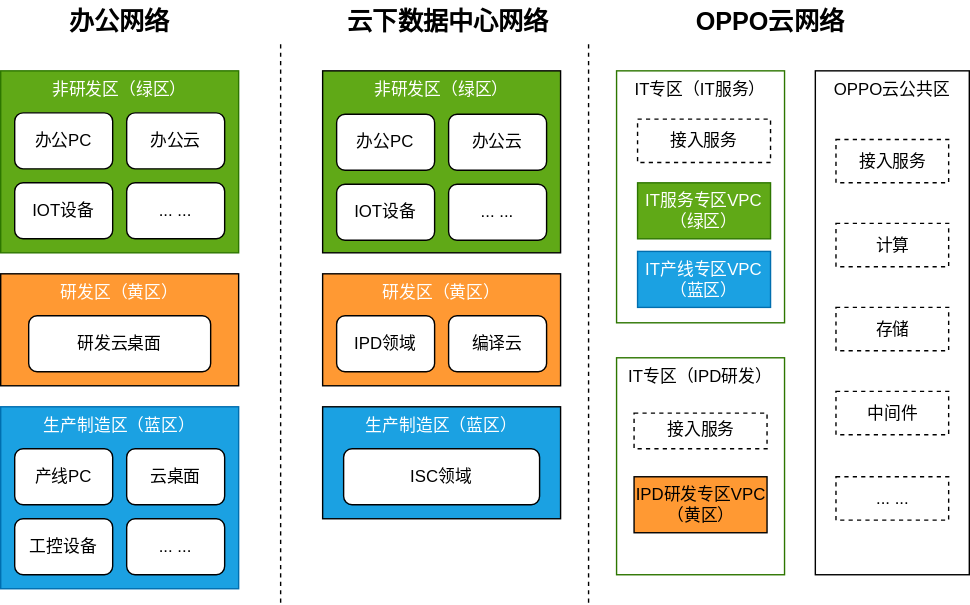
The draw.io diagram 攻击路径.drawio.svg in heyaff/Xmind, before a commit. Source tidied: cells renumbered, new cells last; positions are measured from the earlier drawing's top-left corner, leaving out a move shared by most shapes.
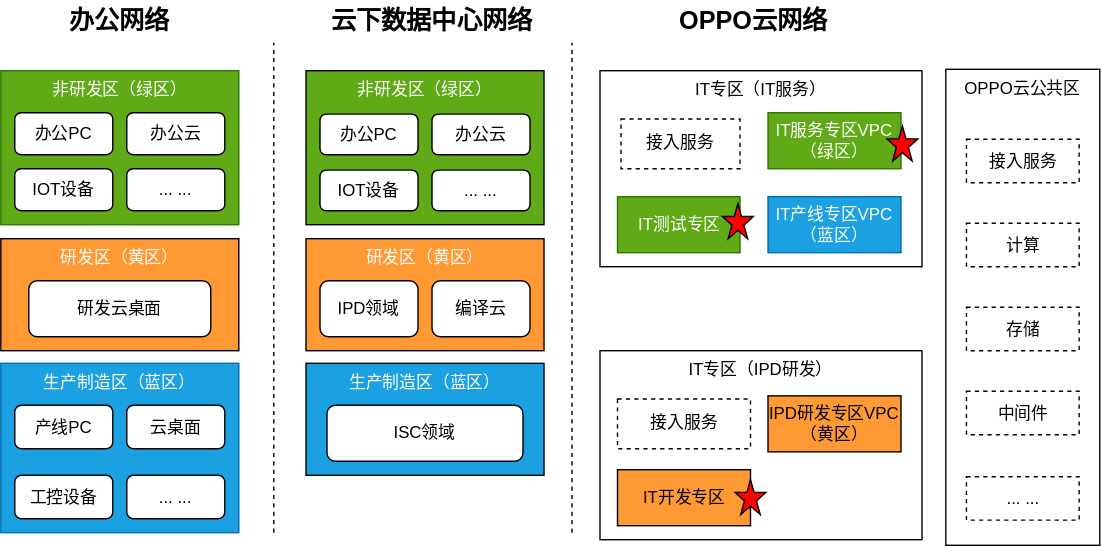
After the commit.

Commit message:
更新攻击路径.drawio.svg

The edit, as a diff of the source:
```diff
@@ -3,100 +3,100 @@
     <mxCell id="0" />
     <mxCell id="1" parent="0" />
     <mxCell id="2" value="&lt;font&gt;非研发区（绿区）&lt;/font&gt;" style="rounded=0;whiteSpace=wrap;html=1;strokeColor=#2D7600;horizontal=1;verticalAlign=top;fontColor=#ffffff;fillColor=#60a917;" parent="1" vertex="1">
-      <mxGeometry y="50" width="170" height="130" as="geometry" />
+      <mxGeometry x="12" y="50" width="170" height="110" as="geometry" />
     </mxCell>
     <mxCell id="3" value="办公PC" style="rounded=1;whiteSpace=wrap;html=1;" parent="1" vertex="1">
-      <mxGeometry x="10" y="80" width="70" height="40" as="geometry" />
+      <mxGeometry x="22" y="80" width="70" height="30" as="geometry" />
     </mxCell>
     <mxCell id="4" value="办公云" style="rounded=1;whiteSpace=wrap;html=1;" parent="1" vertex="1">
-      <mxGeometry x="90" y="80" width="70" height="40" as="geometry" />
+      <mxGeometry x="102" y="80" width="70" height="30" as="geometry" />
     </mxCell>
     <mxCell id="5" value="IOT设备" style="rounded=1;whiteSpace=wrap;html=1;" parent="1" vertex="1">
-      <mxGeometry x="10" y="130" width="70" height="40" as="geometry" />
+      <mxGeometry x="22" y="120" width="70" height="30" as="geometry" />
     </mxCell>
     <mxCell id="6" value="&lt;font&gt;研发区（黄区）&lt;/font&gt;" style="rounded=0;whiteSpace=wrap;html=1;strokeColor=#000000;horizontal=1;verticalAlign=top;fontColor=#ffffff;fillColor=#FF9933;" parent="1" vertex="1">
-      <mxGeometry y="195" width="170" height="80" as="geometry" />
+      <mxGeometry x="12" y="170" width="170" height="80" as="geometry" />
     </mxCell>
     <mxCell id="7" value="研发云桌面" style="rounded=1;whiteSpace=wrap;html=1;" parent="1" vertex="1">
-      <mxGeometry x="20" y="225" width="130" height="40" as="geometry" />
+      <mxGeometry x="32" y="200" width="130" height="40" as="geometry" />
     </mxCell>
     <mxCell id="8" value="&lt;font&gt;生产制造区（蓝区）&lt;/font&gt;" style="rounded=0;whiteSpace=wrap;html=1;strokeColor=#006EAF;horizontal=1;verticalAlign=top;fontColor=#ffffff;fillColor=#1ba1e2;" parent="1" vertex="1">
-      <mxGeometry y="290" width="170" height="130" as="geometry" />
+      <mxGeometry x="12" y="259" width="170" height="121" as="geometry" />
     </mxCell>
     <mxCell id="9" value="工控设备" style="rounded=1;whiteSpace=wrap;html=1;" parent="1" vertex="1">
-      <mxGeometry x="10" y="370" width="70" height="40" as="geometry" />
+      <mxGeometry x="22" y="339" width="70" height="31" as="geometry" />
     </mxCell>
     <mxCell id="10" value="云桌面" style="rounded=1;whiteSpace=wrap;html=1;" parent="1" vertex="1">
-      <mxGeometry x="90" y="320" width="70" height="40" as="geometry" />
+      <mxGeometry x="102" y="289" width="70" height="31" as="geometry" />
     </mxCell>
     <mxCell id="11" value="产线PC" style="rounded=1;whiteSpace=wrap;html=1;" parent="1" vertex="1">
-      <mxGeometry x="10" y="320" width="70" height="40" as="geometry" />
+      <mxGeometry x="22" y="289" width="70" height="31" as="geometry" />
     </mxCell>
     <mxCell id="12" value="... ..." style="rounded=1;whiteSpace=wrap;html=1;" parent="1" vertex="1">
-      <mxGeometry x="90" y="370" width="70" height="40" as="geometry" />
+      <mxGeometry x="102" y="339" width="70" height="31" as="geometry" />
     </mxCell>
     <mxCell id="13" value="... ..." style="rounded=1;whiteSpace=wrap;html=1;" parent="1" vertex="1">
-      <mxGeometry x="90" y="130" width="70" height="40" as="geometry" />
+      <mxGeometry x="102" y="120" width="70" height="30" as="geometry" />
     </mxCell>
     <mxCell id="14" style="endArrow=none;dashed=1;html=1;rounded=0;" parent="1" edge="1">
       <mxGeometry relative="1" as="geometry">
-        <mxPoint x="200" y="430" as="sourcePoint" />
-        <mxPoint x="200" y="30" as="targetPoint" />
+        <mxPoint x="207" y="380" as="sourcePoint" />
+        <mxPoint x="207" y="30" as="targetPoint" />
       </mxGeometry>
     </mxCell>
     <mxCell id="15" value="&lt;font&gt;非研发区（绿区）&lt;/font&gt;" style="rounded=0;whiteSpace=wrap;html=1;strokeColor=#000000;horizontal=1;verticalAlign=top;fontColor=#ffffff;fillColor=#60a917;" parent="1" vertex="1">
-      <mxGeometry x="230" y="50" width="170" height="130" as="geometry" />
+      <mxGeometry x="230" y="50" width="170" height="110" as="geometry" />
     </mxCell>
     <mxCell id="16" value="办公PC" style="rounded=1;whiteSpace=wrap;html=1;" parent="1" vertex="1">
-      <mxGeometry x="240" y="81" width="70" height="40" as="geometry" />
+      <mxGeometry x="240" y="81" width="70" height="29" as="geometry" />
     </mxCell>
     <mxCell id="17" value="办公云" style="rounded=1;whiteSpace=wrap;html=1;" parent="1" vertex="1">
-      <mxGeometry x="320" y="81" width="70" height="40" as="geometry" />
+      <mxGeometry x="320" y="81" width="70" height="29" as="geometry" />
     </mxCell>
     <mxCell id="18" value="IOT设备" style="rounded=1;whiteSpace=wrap;html=1;" parent="1" vertex="1">
-      <mxGeometry x="240" y="131" width="70" height="40" as="geometry" />
+      <mxGeometry x="240" y="121" width="70" height="29" as="geometry" />
     </mxCell>
     <mxCell id="19" value="... ..." style="rounded=1;whiteSpace=wrap;html=1;" parent="1" vertex="1">
-      <mxGeometry x="320" y="131" width="70" height="40" as="geometry" />
+      <mxGeometry x="320" y="121" width="70" height="29" as="geometry" />
     </mxCell>
     <mxCell id="20" value="&lt;font&gt;研发区（黄区）&lt;/font&gt;" style="rounded=0;whiteSpace=wrap;html=1;strokeColor=#000000;horizontal=1;verticalAlign=top;fontColor=#ffffff;fillColor=#FF9933;" parent="1" vertex="1">
-      <mxGeometry x="230" y="195" width="170" height="80" as="geometry" />
+      <mxGeometry x="230" y="170" width="170" height="80" as="geometry" />
     </mxCell>
     <mxCell id="21" value="IPD领域" style="rounded=1;whiteSpace=wrap;html=1;" parent="1" vertex="1">
-      <mxGeometry x="240" y="225" width="70" height="40" as="geometry" />
+      <mxGeometry x="240" y="200" width="70" height="40" as="geometry" />
     </mxCell>
     <mxCell id="22" value="编译云" style="rounded=1;whiteSpace=wrap;html=1;" parent="1" vertex="1">
-      <mxGeometry x="320" y="225" width="70" height="40" as="geometry" />
+      <mxGeometry x="320" y="200" width="70" height="40" as="geometry" />
     </mxCell>
     <mxCell id="23" value="&lt;font&gt;生产制造区（蓝区）&lt;/font&gt;" style="rounded=0;whiteSpace=wrap;html=1;strokeColor=#000000;horizontal=1;verticalAlign=top;fontColor=#ffffff;fillColor=#1ba1e2;" parent="1" vertex="1">
-      <mxGeometry x="230" y="290" width="170" height="80" as="geometry" />
+      <mxGeometry x="230" y="259" width="170" height="80" as="geometry" />
     </mxCell>
     <mxCell id="24" value="ISC领域" style="rounded=1;whiteSpace=wrap;html=1;" parent="1" vertex="1">
-      <mxGeometry x="245" y="320" width="140" height="40" as="geometry" />
+      <mxGeometry x="245" y="289" width="140" height="40" as="geometry" />
     </mxCell>
     <mxCell id="25" style="endArrow=none;dashed=1;html=1;rounded=0;" parent="1" edge="1">
       <mxGeometry relative="1" as="geometry">
-        <mxPoint x="420" y="430" as="sourcePoint" />
+        <mxPoint x="420" y="380" as="sourcePoint" />
         <mxPoint x="420" y="30" as="targetPoint" />
       </mxGeometry>
     </mxCell>
-    <mxCell id="26" value="&lt;font color=&quot;#000000&quot;&gt;IT专区（IT服务）&lt;/font&gt;" style="rounded=0;whiteSpace=wrap;html=1;strokeColor=#2D7600;horizontal=1;verticalAlign=top;fontColor=#ffffff;fillColor=none;" parent="1" vertex="1">
-      <mxGeometry x="440" y="50" width="120" height="180" as="geometry" />
+    <mxCell id="26" value="&lt;font color=&quot;#000000&quot;&gt;IT专区（IT服务）&lt;/font&gt;" style="rounded=0;whiteSpace=wrap;html=1;strokeColor=#000000;horizontal=1;verticalAlign=top;fontColor=#ffffff;fillColor=none;" parent="1" vertex="1">
+      <mxGeometry x="440" y="50" width="230" height="140" as="geometry" />
     </mxCell>
     <mxCell id="27" value="接入服务" style="rounded=0;whiteSpace=wrap;html=1;dashed=1;" parent="1" vertex="1">
-      <mxGeometry x="455" y="84.5" width="95" height="31" as="geometry" />
+      <mxGeometry x="455" y="84.5" width="85" height="35.5" as="geometry" />
     </mxCell>
-    <mxCell id="28" value="IT服务专区VPC（绿区）" style="rounded=0;whiteSpace=wrap;html=1;fillColor=#60a917;fontColor=#ffffff;strokeColor=#2D7600;" parent="1" vertex="1">
-      <mxGeometry x="455" y="130" width="95" height="40" as="geometry" />
+    <mxCell id="28" value="IT测试专区" style="rounded=0;whiteSpace=wrap;html=1;fillColor=#60a917;fontColor=#ffffff;strokeColor=#2D7600;" parent="1" vertex="1">
+      <mxGeometry x="452.5" y="140" width="87.5" height="40" as="geometry" />
     </mxCell>
     <mxCell id="29" value="&lt;font color=&quot;#000000&quot;&gt;OPPO云公共区&lt;/font&gt;" style="rounded=0;whiteSpace=wrap;html=1;strokeColor=#000000;horizontal=1;verticalAlign=top;fontColor=#ffffff;fillColor=none;" parent="1" vertex="1">
-      <mxGeometry x="582" y="50" width="110" height="360" as="geometry" />
+      <mxGeometry x="687" y="49" width="110" height="340" as="geometry" />
     </mxCell>
-    <mxCell id="30" value="&lt;font color=&quot;#000000&quot;&gt;IT专区（IPD研发）&lt;/font&gt;" style="rounded=0;whiteSpace=wrap;html=1;strokeColor=#2D7600;horizontal=1;verticalAlign=top;fontColor=#ffffff;fillColor=none;" parent="1" vertex="1">
-      <mxGeometry x="440" y="255" width="120" height="155" as="geometry" />
+    <mxCell id="30" value="&lt;font color=&quot;#000000&quot;&gt;IT专区（IPD研发）&lt;/font&gt;" style="rounded=0;whiteSpace=wrap;html=1;strokeColor=#000000;horizontal=1;verticalAlign=top;fontColor=#ffffff;fillColor=none;" parent="1" vertex="1">
+      <mxGeometry x="440" y="250" width="230" height="135" as="geometry" />
     </mxCell>
     <mxCell id="31" value="&lt;b&gt;&lt;font style=&quot;font-size: 18px;&quot;&gt;办公网络&lt;/font&gt;&lt;/b&gt;" style="text;html=1;strokeColor=none;fillColor=none;align=center;verticalAlign=middle;whiteSpace=wrap;rounded=0;" parent="1" vertex="1">
-      <mxGeometry x="40" width="90" height="30" as="geometry" />
+      <mxGeometry x="52" width="90" height="30" as="geometry" />
     </mxCell>
     <mxCell id="32" value="&lt;b&gt;&lt;font style=&quot;font-size: 18px;&quot;&gt;云下数据中心网络&lt;/font&gt;&lt;/b&gt;" style="text;html=1;strokeColor=none;fillColor=none;align=center;verticalAlign=middle;whiteSpace=wrap;rounded=0;" parent="1" vertex="1">
       <mxGeometry x="245" width="150" height="30" as="geometry" />
@@ -105,28 +105,43 @@
       <mxGeometry x="475" width="150" height="30" as="geometry" />
     </mxCell>
     <mxCell id="34" value="IT产线专区VPC（蓝区）" style="rounded=0;whiteSpace=wrap;html=1;fillColor=#1ba1e2;fontColor=#ffffff;strokeColor=#006EAF;" parent="1" vertex="1">
-      <mxGeometry x="455" y="179" width="95" height="40" as="geometry" />
+      <mxGeometry x="560" y="140" width="95" height="40" as="geometry" />
     </mxCell>
     <mxCell id="35" value="接入服务" style="rounded=0;whiteSpace=wrap;html=1;dashed=1;" parent="1" vertex="1">
-      <mxGeometry x="452.5" y="294.5" width="95" height="25.5" as="geometry" />
+      <mxGeometry x="452.5" y="284.5" width="95" height="35.5" as="geometry" />
     </mxCell>
-    <mxCell id="36" value="IPD研发专区VPC（黄区）" style="rounded=0;whiteSpace=wrap;html=1;fillColor=#FF9933;" parent="1" vertex="1">
-      <mxGeometry x="452.5" y="340" width="95" height="40" as="geometry" />
+    <mxCell id="36" value="IT开发专区" style="rounded=0;whiteSpace=wrap;html=1;fillColor=#FF9933;" parent="1" vertex="1">
+      <mxGeometry x="452.5" y="335" width="95" height="40" as="geometry" />
     </mxCell>
     <mxCell id="37" value="接入服务" style="rounded=0;whiteSpace=wrap;html=1;dashed=1;" parent="1" vertex="1">
-      <mxGeometry x="596.8" y="99" width="80.5" height="31" as="geometry" />
+      <mxGeometry x="701.8" y="99" width="80.5" height="31" as="geometry" />
     </mxCell>
     <mxCell id="38" value="计算" style="rounded=0;whiteSpace=wrap;html=1;dashed=1;" parent="1" vertex="1">
-      <mxGeometry x="596.8" y="159" width="80.5" height="31" as="geometry" />
+      <mxGeometry x="701.8" y="159" width="80.5" height="31" as="geometry" />
     </mxCell>
     <mxCell id="39" value="存储" style="rounded=0;whiteSpace=wrap;html=1;dashed=1;" parent="1" vertex="1">
-      <mxGeometry x="596.8" y="219" width="80.5" height="31" as="geometry" />
+      <mxGeometry x="701.8" y="219" width="80.5" height="31" as="geometry" />
     </mxCell>
     <mxCell id="40" value="中间件" style="rounded=0;whiteSpace=wrap;html=1;dashed=1;" parent="1" vertex="1">
-      <mxGeometry x="596.8" y="279" width="80.5" height="31" as="geometry" />
+      <mxGeometry x="701.8" y="279" width="80.5" height="31" as="geometry" />
     </mxCell>
     <mxCell id="41" value="... ..." style="rounded=0;whiteSpace=wrap;html=1;dashed=1;" parent="1" vertex="1">
-      <mxGeometry x="596.8" y="340" width="80.5" height="31" as="geometry" />
+      <mxGeometry x="701.8" y="340" width="80.5" height="31" as="geometry" />
     </mxCell>
+    <mxCell id="42" value="IPD研发专区VPC（黄区）" style="rounded=0;whiteSpace=wrap;html=1;fillColor=#FF9933;" parent="1" vertex="1">
+      <mxGeometry x="560" y="282.2" width="95" height="40" as="geometry" />
+    </mxCell>
+    <mxCell id="43" value="IT服务专区VPC（绿区）" style="rounded=0;whiteSpace=wrap;html=1;fillColor=#60a917;fontColor=#ffffff;strokeColor=#2D7600;" parent="1" vertex="1">
+      <mxGeometry x="560" y="80" width="95" height="40" as="geometry" />
+    </mxCell>
+    <mxCell id="44" style="verticalLabelPosition=bottom;verticalAlign=top;html=1;shape=mxgraph.basic.star;fillColor=#FF0000;" parent="1" vertex="1">
+      <mxGeometry x="527.5" y="145" width="22" height="25" as="geometry" />
+    </mxCell>
+    <mxCell id="45" style="verticalLabelPosition=bottom;verticalAlign=top;html=1;shape=mxgraph.basic.star;fillColor=#FF0000;" parent="1" vertex="1">
+      <mxGeometry x="645" y="89.5" width="22" height="25" as="geometry" />
+    </mxCell>
+    <mxCell id="46" style="verticalLabelPosition=bottom;verticalAlign=top;html=1;shape=mxgraph.basic.star;fillColor=#FF0000;" parent="1" vertex="1">
+      <mxGeometry x="536.5" y="342" width="22" height="25" as="geometry" />
+    </mxCell>
   </root>
 </mxGraphModel>
```
